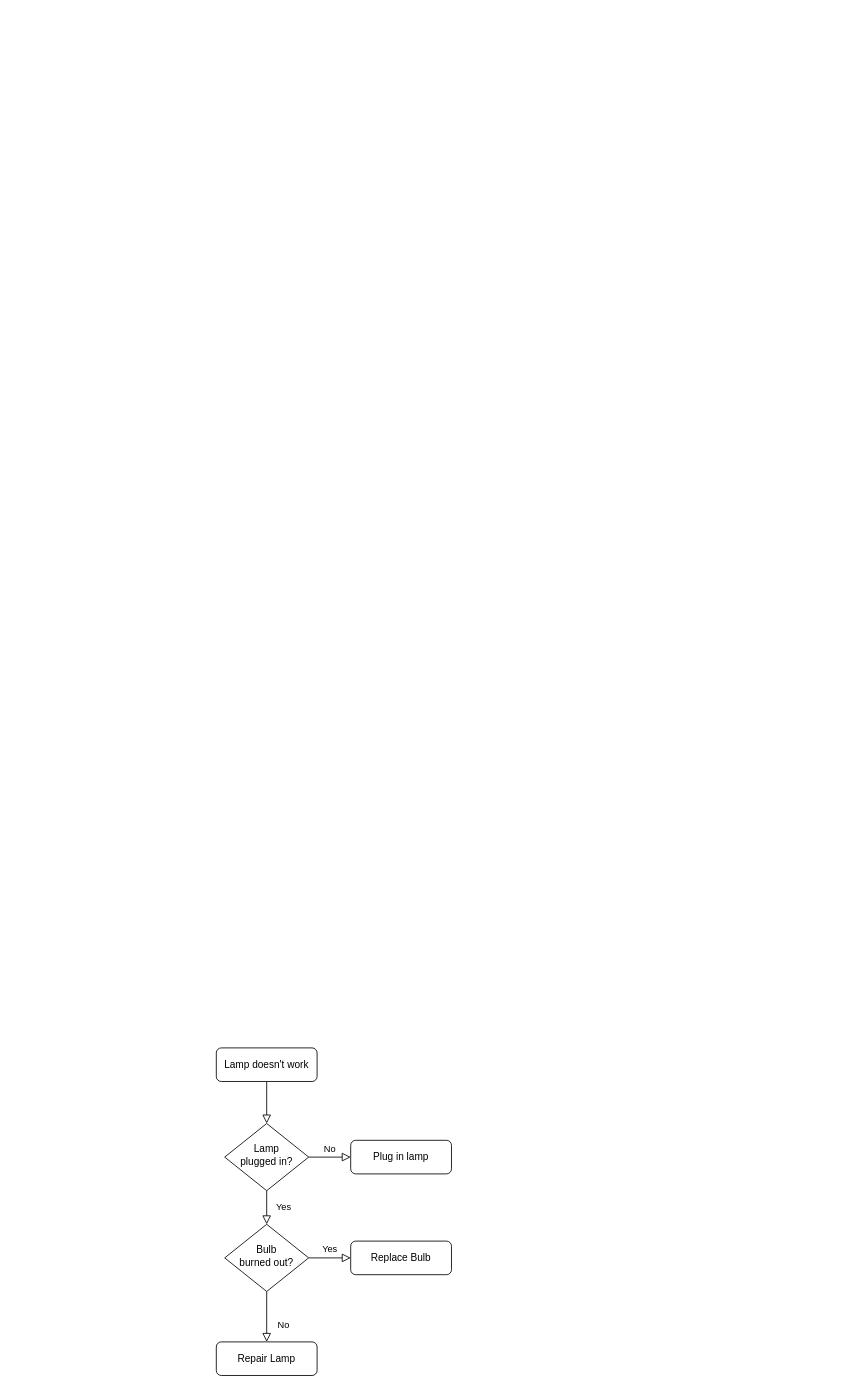
The draw.io diagram Diagrams/FinalProject.drawio in S3942721/s3942721_EEET2096_FinalProject, before the edit. Source tidied: cells renumbered, new cells numbered last; positions are measured from the earlier drawing's top-left corner, leaving out a move shared by most shapes. Both pictures are drawn from the tidied source at 84%, with x=0, y=0 at pixel (216, 1047).
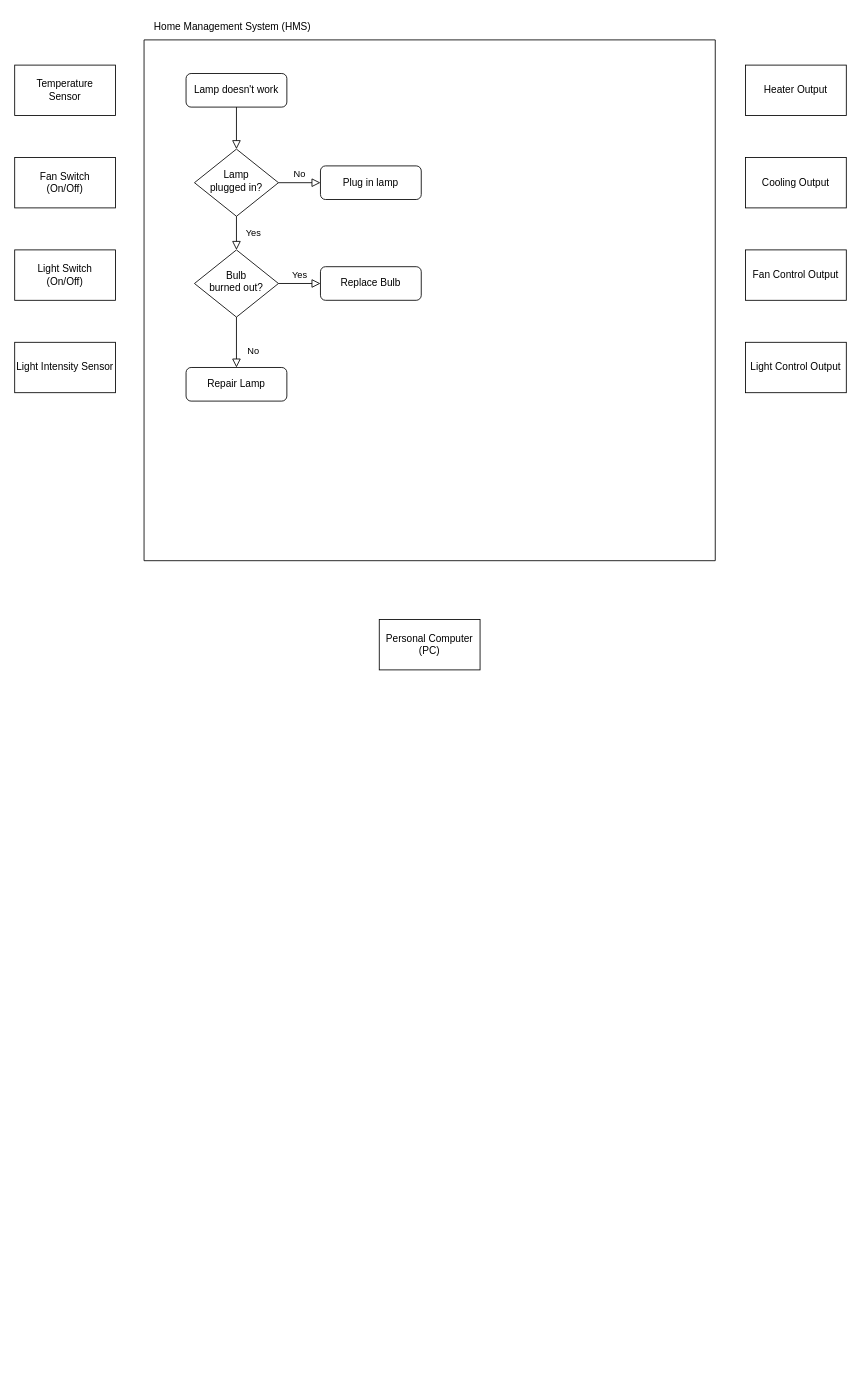
Above is the later version.

The edit, as a diff of the source:
```diff
@@
+    <mxCell id="13" style="swimlane;startSize=0;" parent="1" vertex="1">
+      <mxGeometry x="-86" y="-1200" width="680" height="620" as="geometry" />
+    </mxCell>
+    <mxCell id="3" value="Lamp doesn't work" style="rounded=1;whiteSpace=wrap;html=1;fontSize=12;glass=0;strokeWidth=1;shadow=0;" parent="13" vertex="1">
+      <mxGeometry x="50" y="40" width="120" height="40" as="geometry" />
+    </mxCell>
+    <mxCell id="6" value="Lamp&lt;br&gt;plugged in?" style="rhombus;whiteSpace=wrap;html=1;shadow=0;fontFamily=Helvetica;fontSize=12;align=center;strokeWidth=1;spacing=6;spacingTop=-4;" parent="13" vertex="1">
+      <mxGeometry x="60" y="130" width="100" height="80" as="geometry" />
+    </mxCell>
-    <mxCell id="2" style="rounded=0;html=1;jettySize=auto;fontSize=11;endArrow=block;endFill=0;endSize=8;strokeWidth=1;shadow=0;labelBackgroundColor=none;edgeStyle=orthogonalEdgeStyle;" parent="1" edge="1" source="3" target="6">
+    <mxCell id="2" style="rounded=0;html=1;jettySize=auto;fontSize=11;endArrow=block;endFill=0;endSize=8;strokeWidth=1;shadow=0;labelBackgroundColor=none;edgeStyle=orthogonalEdgeStyle;" parent="13" edge="1" source="3" target="6">
       <mxGeometry relative="1" as="geometry" />
     </mxCell>
-    <mxCell id="3" value="Lamp doesn't work" style="rounded=1;whiteSpace=wrap;html=1;fontSize=12;glass=0;strokeWidth=1;shadow=0;" parent="1" vertex="1">
-      <mxGeometry width="120" height="40" as="geometry" />
-    </mxCell>
+    <mxCell id="7" value="Plug in lamp" style="rounded=1;whiteSpace=wrap;html=1;fontSize=12;glass=0;strokeWidth=1;shadow=0;" parent="13" vertex="1">
+      <mxGeometry x="210" y="150" width="120" height="40" as="geometry" />
+    </mxCell>
+    <mxCell id="5" value="No" style="edgeStyle=orthogonalEdgeStyle;rounded=0;html=1;jettySize=auto;fontSize=11;endArrow=block;endFill=0;endSize=8;strokeWidth=1;shadow=0;labelBackgroundColor=none;" parent="13" edge="1" source="6" target="7">
+      <mxGeometry y="10" relative="1" as="geometry" />
+    </mxCell>
+    <mxCell id="10" value="Bulb&lt;br&gt;burned out?" style="rhombus;whiteSpace=wrap;html=1;shadow=0;fontFamily=Helvetica;fontSize=12;align=center;strokeWidth=1;spacing=6;spacingTop=-4;" parent="13" vertex="1">
+      <mxGeometry x="60" y="250" width="100" height="80" as="geometry" />
+    </mxCell>
-    <mxCell id="4" value="Yes" style="rounded=0;html=1;jettySize=auto;fontSize=11;endArrow=block;endFill=0;endSize=8;strokeWidth=1;shadow=0;labelBackgroundColor=none;edgeStyle=orthogonalEdgeStyle;" parent="1" edge="1" source="6" target="10">
+    <mxCell id="4" value="Yes" style="rounded=0;html=1;jettySize=auto;fontSize=11;endArrow=block;endFill=0;endSize=8;strokeWidth=1;shadow=0;labelBackgroundColor=none;edgeStyle=orthogonalEdgeStyle;" parent="13" edge="1" source="6" target="10">
       <mxGeometry y="20" relative="1" as="geometry" />
     </mxCell>
-    <mxCell id="5" value="No" style="edgeStyle=orthogonalEdgeStyle;rounded=0;html=1;jettySize=auto;fontSize=11;endArrow=block;endFill=0;endSize=8;strokeWidth=1;shadow=0;labelBackgroundColor=none;" parent="1" edge="1" source="6" target="7">
-      <mxGeometry y="10" relative="1" as="geometry" />
-    </mxCell>
-    <mxCell id="6" value="Lamp&lt;br&gt;plugged in?" style="rhombus;whiteSpace=wrap;html=1;shadow=0;fontFamily=Helvetica;fontSize=12;align=center;strokeWidth=1;spacing=6;spacingTop=-4;" parent="1" vertex="1">
-      <mxGeometry x="10" y="90" width="100" height="80" as="geometry" />
-    </mxCell>
-    <mxCell id="7" value="Plug in lamp" style="rounded=1;whiteSpace=wrap;html=1;fontSize=12;glass=0;strokeWidth=1;shadow=0;" parent="1" vertex="1">
-      <mxGeometry x="160" y="110" width="120" height="40" as="geometry" />
-    </mxCell>
+    <mxCell id="11" value="Repair Lamp" style="rounded=1;whiteSpace=wrap;html=1;fontSize=12;glass=0;strokeWidth=1;shadow=0;" parent="13" vertex="1">
+      <mxGeometry x="50" y="390" width="120" height="40" as="geometry" />
+    </mxCell>
-    <mxCell id="8" value="No" style="rounded=0;html=1;jettySize=auto;fontSize=11;endArrow=block;endFill=0;endSize=8;strokeWidth=1;shadow=0;labelBackgroundColor=none;edgeStyle=orthogonalEdgeStyle;" parent="1" edge="1" source="10" target="11">
+    <mxCell id="8" value="No" style="rounded=0;html=1;jettySize=auto;fontSize=11;endArrow=block;endFill=0;endSize=8;strokeWidth=1;shadow=0;labelBackgroundColor=none;edgeStyle=orthogonalEdgeStyle;" parent="13" edge="1" source="10" target="11">
       <mxGeometry x="0.33" y="20" relative="1" as="geometry" />
     </mxCell>
+    <mxCell id="12" value="Replace Bulb" style="rounded=1;whiteSpace=wrap;html=1;fontSize=12;glass=0;strokeWidth=1;shadow=0;" parent="13" vertex="1">
+      <mxGeometry x="210" y="270" width="120" height="40" as="geometry" />
+    </mxCell>
-    <mxCell id="9" value="Yes" style="edgeStyle=orthogonalEdgeStyle;rounded=0;html=1;jettySize=auto;fontSize=11;endArrow=block;endFill=0;endSize=8;strokeWidth=1;shadow=0;labelBackgroundColor=none;" parent="1" edge="1" source="10" target="12">
+    <mxCell id="9" value="Yes" style="edgeStyle=orthogonalEdgeStyle;rounded=0;html=1;jettySize=auto;fontSize=11;endArrow=block;endFill=0;endSize=8;strokeWidth=1;shadow=0;labelBackgroundColor=none;" parent="13" edge="1" source="10" target="12">
       <mxGeometry y="10" relative="1" as="geometry" />
     </mxCell>
-    <mxCell id="10" value="Bulb&lt;br&gt;burned out?" style="rhombus;whiteSpace=wrap;html=1;shadow=0;fontFamily=Helvetica;fontSize=12;align=center;strokeWidth=1;spacing=6;spacingTop=-4;" parent="1" vertex="1">
-      <mxGeometry x="10" y="210" width="100" height="80" as="geometry" />
-    </mxCell>
-    <mxCell id="11" value="Repair Lamp" style="rounded=1;whiteSpace=wrap;html=1;fontSize=12;glass=0;strokeWidth=1;shadow=0;" parent="1" vertex="1">
-      <mxGeometry y="350" width="120" height="40" as="geometry" />
-    </mxCell>
-    <mxCell id="12" value="Replace Bulb" style="rounded=1;whiteSpace=wrap;html=1;fontSize=12;glass=0;strokeWidth=1;shadow=0;" parent="1" vertex="1">
-      <mxGeometry x="160" y="230" width="120" height="40" as="geometry" />
-    </mxCell>
+    <mxCell id="14" value="Temperature&lt;br&gt;Sensor" style="rounded=0;whiteSpace=wrap;html=1;" parent="1" vertex="1">
+      <mxGeometry x="-240" y="-1170" width="120" height="60" as="geometry" />
+    </mxCell>
+    <mxCell id="15" value="Fan Switch&lt;br&gt;(On/Off)" style="rounded=0;whiteSpace=wrap;html=1;" parent="1" vertex="1">
+      <mxGeometry x="-240" y="-1060" width="120" height="60" as="geometry" />
+    </mxCell>
+    <mxCell id="16" value="Light Switch&lt;br&gt;(On/Off)" style="rounded=0;whiteSpace=wrap;html=1;" parent="1" vertex="1">
+      <mxGeometry x="-240" y="-950" width="120" height="60" as="geometry" />
+    </mxCell>
+    <mxCell id="17" value="Light Intensity Sensor" style="rounded=0;whiteSpace=wrap;html=1;" parent="1" vertex="1">
+      <mxGeometry x="-240" y="-840" width="120" height="60" as="geometry" />
+    </mxCell>
+    <mxCell id="18" value="Heater Output" style="rounded=0;whiteSpace=wrap;html=1;" parent="1" vertex="1">
+      <mxGeometry x="630" y="-1170" width="120" height="60" as="geometry" />
+    </mxCell>
+    <mxCell id="19" value="Cooling Output" style="rounded=0;whiteSpace=wrap;html=1;" parent="1" vertex="1">
+      <mxGeometry x="630" y="-1060" width="120" height="60" as="geometry" />
+    </mxCell>
+    <mxCell id="20" value="Fan Control Output" style="rounded=0;whiteSpace=wrap;html=1;" parent="1" vertex="1">
+      <mxGeometry x="630" y="-950" width="120" height="60" as="geometry" />
+    </mxCell>
+    <mxCell id="21" value="Light Control Output" style="rounded=0;whiteSpace=wrap;html=1;" parent="1" vertex="1">
+      <mxGeometry x="630" y="-840" width="120" height="60" as="geometry" />
+    </mxCell>
+    <mxCell id="22" value="Personal Computer&lt;br&gt;(PC)" style="rounded=0;whiteSpace=wrap;html=1;" parent="1" vertex="1">
+      <mxGeometry x="194" y="-510" width="120" height="60" as="geometry" />
+    </mxCell>
+    <mxCell id="23" value="Home Management System (HMS)" style="text;html=1;align=center;verticalAlign=middle;strokeColor=none;fillColor=none;" parent="1" vertex="1">
+      <mxGeometry x="-86" y="-1230" width="210" height="30" as="geometry" />
+    </mxCell>
```
